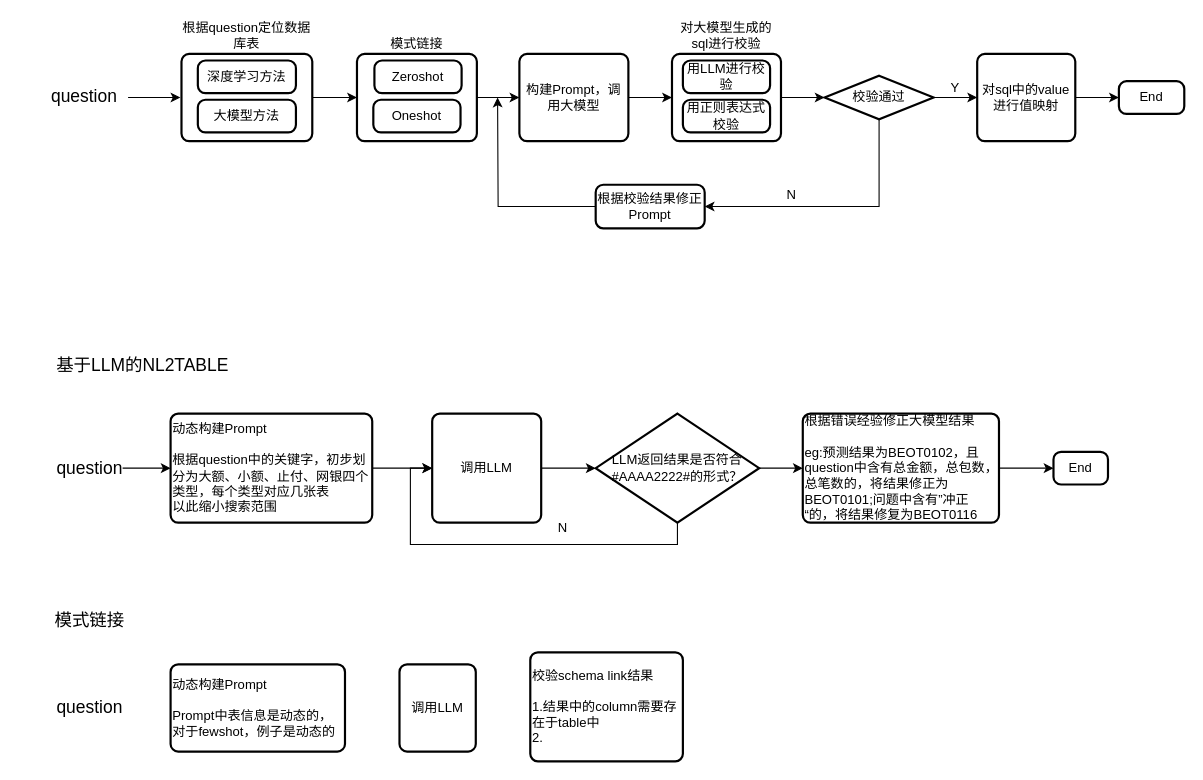
The draw.io diagram page "overall process" (1 of 4) of NL2SQL_LLM.drawio in CindyZX/drawio_figures, before the edit. Source tidied: cells renumbered, new cells numbered last; positions are measured from the earlier drawing's top-left corner, leaving out a move shared by most shapes. Both pictures are drawn from the tidied source at 109%, with x=0, y=0 at pixel (19, 53).
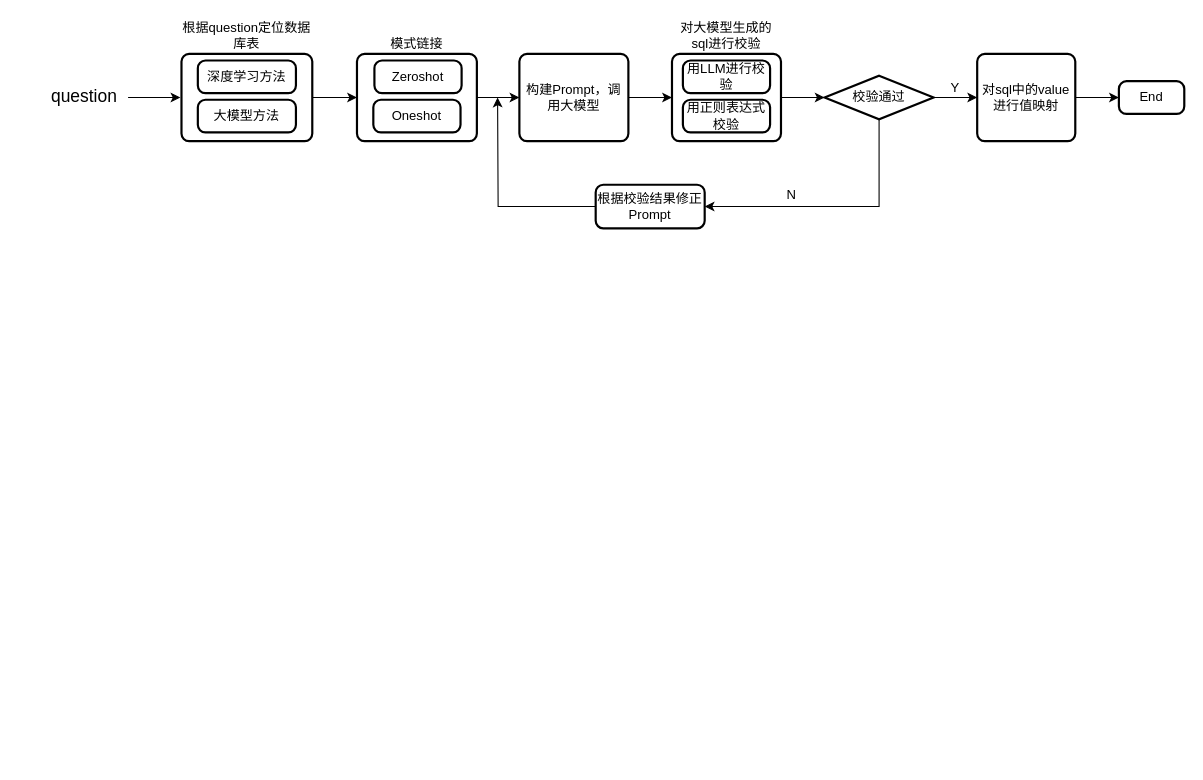
After the change.

What changed in the source:
```diff
@@
-    <mxCell id="28" value="&lt;font style=&quot;font-size: 16px;&quot;&gt;基于LLM的NL2TABLE&lt;/font&gt;" style="text;html=1;strokeColor=none;fillColor=none;align=center;verticalAlign=middle;whiteSpace=wrap;rounded=0;fontSize=15;" parent="1" vertex="1">
-      <mxGeometry x="9" y="270" width="209" height="30" as="geometry" />
-    </mxCell>
-    <mxCell id="29" style="edgeStyle=orthogonalEdgeStyle;rounded=0;jettySize=auto;html=1;exitX=1;exitY=0.5;exitDx=0;exitDy=0;entryX=0;entryY=0.5;entryDx=0;entryDy=0;" parent="1" edge="1" source="30" target="32">
-      <mxGeometry relative="1" as="geometry" />
-    </mxCell>
-    <mxCell id="30" value="&lt;font style=&quot;font-size: 16px;&quot;&gt;question&lt;/font&gt;" style="text;html=1;strokeColor=none;fillColor=none;align=center;verticalAlign=middle;whiteSpace=wrap;rounded=0;" parent="1" vertex="1">
-      <mxGeometry x="35" y="365" width="60" height="30" as="geometry" />
-    </mxCell>
-    <mxCell id="31" style="edgeStyle=orthogonalEdgeStyle;rounded=0;jettySize=auto;html=1;exitX=1;exitY=0.5;exitDx=0;exitDy=0;entryX=0;entryY=0.5;entryDx=0;entryDy=0;" parent="1" edge="1" source="32" target="33">
-      <mxGeometry relative="1" as="geometry" />
-    </mxCell>
-    <mxCell id="32" value="动态构建Prompt&lt;br&gt;&lt;br&gt;根据question中的关键字，初步划分为大额、小额、止付、网银四个类型，每个类型对应几张表&lt;br&gt;以此缩小搜索范围" style="rounded=1;whiteSpace=wrap;html=1;absoluteArcSize=1;arcSize=14;strokeWidth=2;align=left;" parent="1" vertex="1">
-      <mxGeometry x="139" y="330" width="185" height="100" as="geometry" />
-    </mxCell>
-    <mxCell id="33" value="调用LLM" style="rounded=1;whiteSpace=wrap;html=1;absoluteArcSize=1;arcSize=14;strokeWidth=2;" parent="1" vertex="1">
-      <mxGeometry x="379" y="330" width="100" height="100" as="geometry" />
-    </mxCell>
-    <mxCell id="34" style="edgeStyle=orthogonalEdgeStyle;rounded=0;jettySize=auto;html=1;exitX=0.5;exitY=1;exitDx=0;exitDy=0;exitPerimeter=0;entryX=0;entryY=0.5;entryDx=0;entryDy=0;" parent="1" edge="1" source="36" target="33">
-      <mxGeometry relative="1" as="geometry">
-        <Array as="points">
-          <mxPoint x="604" y="450" />
-          <mxPoint x="359" y="450" />
-          <mxPoint x="359" y="380" />
-        </Array>
-      </mxGeometry>
-    </mxCell>
-    <mxCell id="35" style="edgeStyle=orthogonalEdgeStyle;rounded=0;jettySize=auto;html=1;exitX=1;exitY=0.5;exitDx=0;exitDy=0;exitPerimeter=0;entryX=0;entryY=0.5;entryDx=0;entryDy=0;" parent="1" edge="1" source="36" target="40">
-      <mxGeometry relative="1" as="geometry" />
-    </mxCell>
-    <mxCell id="36" value="LLM返回结果是否符合#AAAA2222#的形式？" style="strokeWidth=2;html=1;shape=mxgraph.flowchart.decision;whiteSpace=wrap;" parent="1" vertex="1">
-      <mxGeometry x="529" y="330" width="150" height="100" as="geometry" />
-    </mxCell>
-    <mxCell id="37" style="edgeStyle=orthogonalEdgeStyle;rounded=0;jettySize=auto;html=1;exitX=1;exitY=0.5;exitDx=0;exitDy=0;entryX=0;entryY=0.5;entryDx=0;entryDy=0;entryPerimeter=0;" parent="1" edge="1" source="33" target="36">
-      <mxGeometry relative="1" as="geometry" />
-    </mxCell>
-    <mxCell id="38" value="N" style="text;html=1;strokeColor=none;fillColor=none;align=center;verticalAlign=middle;whiteSpace=wrap;rounded=0;" parent="1" vertex="1">
-      <mxGeometry x="489" y="420" width="20" height="30" as="geometry" />
-    </mxCell>
-    <mxCell id="39" style="edgeStyle=orthogonalEdgeStyle;rounded=0;jettySize=auto;html=1;exitX=1;exitY=0.5;exitDx=0;exitDy=0;" parent="1" edge="1" source="40" target="41">
-      <mxGeometry relative="1" as="geometry" />
-    </mxCell>
-    <mxCell id="40" value="根据错误经验修正大模型结果&lt;br&gt;&lt;div style=&quot;&quot;&gt;&lt;br&gt;&lt;/div&gt;&lt;div style=&quot;&quot;&gt;eg:预测结果为BEOT0102，且question中含有总金额，总包数，总笔数的，将结果修正为BEOT0101;问题中含有”冲正“的，将结果修复为BEOT0116&lt;/div&gt;" style="rounded=1;whiteSpace=wrap;html=1;absoluteArcSize=1;arcSize=14;strokeWidth=2;align=left;" parent="1" vertex="1">
-      <mxGeometry x="719" y="330" width="180" height="100" as="geometry" />
-    </mxCell>
-    <mxCell id="41" value="End" style="rounded=1;whiteSpace=wrap;html=1;absoluteArcSize=1;arcSize=14;strokeWidth=2;" parent="1" vertex="1">
-      <mxGeometry x="949" y="365" width="50" height="30" as="geometry" />
-    </mxCell>
-    <mxCell id="42" value="&lt;font style=&quot;font-size: 16px;&quot;&gt;模式链接&lt;/font&gt;" style="text;html=1;strokeColor=none;fillColor=none;align=center;verticalAlign=middle;whiteSpace=wrap;rounded=0;fontSize=15;" parent="1" vertex="1">
-      <mxGeometry y="504" width="130" height="30" as="geometry" />
-    </mxCell>
-    <mxCell id="43" value="&lt;font style=&quot;font-size: 16px;&quot;&gt;question&lt;/font&gt;" style="text;html=1;strokeColor=none;fillColor=none;align=center;verticalAlign=middle;whiteSpace=wrap;rounded=0;" parent="1" vertex="1">
-      <mxGeometry x="35" y="584" width="60" height="30" as="geometry" />
-    </mxCell>
-    <mxCell id="44" value="动态构建Prompt&lt;br&gt;&lt;br&gt;&lt;div style=&quot;&quot;&gt;Prompt中表信息是动态的，对于fewshot，例子是动态的&lt;/div&gt;" style="rounded=1;whiteSpace=wrap;html=1;absoluteArcSize=1;arcSize=14;strokeWidth=2;align=left;" parent="1" vertex="1">
-      <mxGeometry x="139" y="560" width="160" height="80" as="geometry" />
-    </mxCell>
-    <mxCell id="45" value="调用LLM" style="rounded=1;whiteSpace=wrap;html=1;absoluteArcSize=1;arcSize=14;strokeWidth=2;" parent="1" vertex="1">
-      <mxGeometry x="349" y="560" width="70" height="80" as="geometry" />
-    </mxCell>
-    <mxCell id="46" value="校验schema link结果&lt;br&gt;&lt;br&gt;1.结果中的column需要存在于table中&lt;br&gt;2." style="rounded=1;whiteSpace=wrap;html=1;absoluteArcSize=1;arcSize=14;strokeWidth=2;align=left;" parent="1" vertex="1">
-      <mxGeometry x="469" y="549" width="140" height="100" as="geometry" />
-    </mxCell>
```
